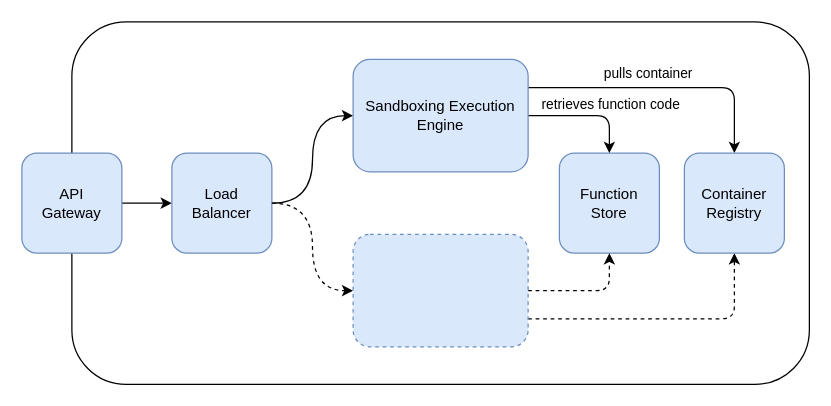
Earlier version of the draw.io diagram figures/drawio/ServerlessArchitecture.drawio (PhilippGackstatter/diploma-thesis). Source tidied: cells renumbered, new cells numbered last; positions are measured from the earlier drawing's top-left corner, leaving out a move shared by most shapes. Both pictures are drawn from the tidied source at 125%, with x=0, y=0 at pixel (21, 21).
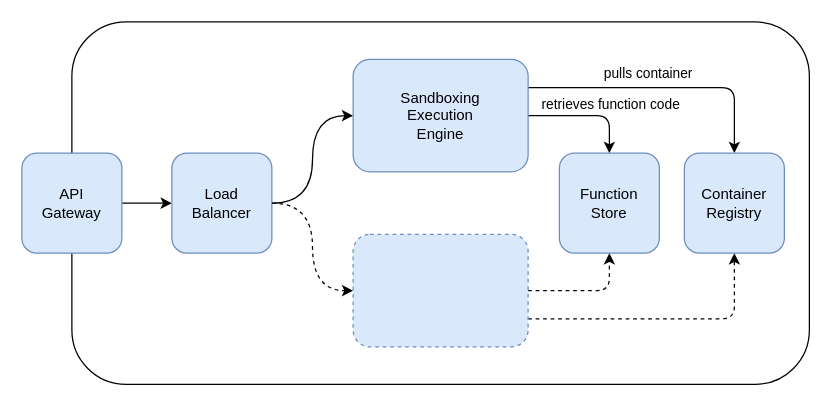
Above is the later version.

Commit message (it also covers changes not shown here):
background: Final editing pass

Change to the diagram source:
```diff
@@
 <mxGraphModel>
   <root>
     <mxCell id="0" />
     <mxCell id="1" parent="0" />
     <mxCell id="2" style="rounded=1;whiteSpace=wrap;html=1;fontFamily=Linux Biolinum O;" parent="1" vertex="1">
       <mxGeometry x="40" width="590" height="290" as="geometry" />
     </mxCell>
     <mxCell id="3" style="edgeStyle=orthogonalEdgeStyle;rounded=0;jettySize=auto;html=1;entryX=0;entryY=0.5;entryDx=0;entryDy=0;fontFamily=Linux Biolinum O;" parent="1" edge="1" source="4" target="6">
       <mxGeometry relative="1" as="geometry" />
     </mxCell>
     <mxCell id="4" value="&lt;div&gt;API&lt;/div&gt;&lt;div&gt;Gateway&lt;br&gt;&lt;/div&gt;" style="whiteSpace=wrap;html=1;fontFamily=Linux Biolinum O;rounded=1;glass=0;fillColor=#dae8fc;strokeColor=#6c8ebf;" parent="1" vertex="1">
       <mxGeometry y="105" width="80" height="80" as="geometry" />
     </mxCell>
     <mxCell id="5" style="edgeStyle=orthogonalEdgeStyle;jettySize=auto;html=1;exitX=1;exitY=0.5;exitDx=0;exitDy=0;entryX=0;entryY=0.5;entryDx=0;entryDy=0;curved=1;" parent="1" edge="1" source="6" target="11">
       <mxGeometry relative="1" as="geometry" />
     </mxCell>
     <mxCell id="6" value="&lt;div&gt;Load&lt;/div&gt;&lt;div&gt;Balancer&lt;/div&gt;" style="whiteSpace=wrap;html=1;fontFamily=Linux Biolinum O;rounded=1;glass=0;fillColor=#dae8fc;strokeColor=#6c8ebf;" parent="1" vertex="1">
       <mxGeometry x="120" y="105" width="80" height="80" as="geometry" />
     </mxCell>
     <mxCell id="7" value="Function&lt;br&gt;Store" style="whiteSpace=wrap;html=1;fontFamily=Linux Biolinum O;rounded=1;glass=0;sketch=0;shadow=0;fillColor=#dae8fc;strokeColor=#6c8ebf;" parent="1" vertex="1">
       <mxGeometry x="430" y="105" width="80" height="80" as="geometry" />
     </mxCell>
     <mxCell id="8" style="edgeStyle=orthogonalEdgeStyle;jettySize=auto;html=1;exitX=1;exitY=0.5;exitDx=0;exitDy=0;entryX=0.5;entryY=0;entryDx=0;entryDy=0;rounded=1;" parent="1" edge="1" source="11" target="7">
       <mxGeometry relative="1" as="geometry" />
     </mxCell>
     <mxCell id="9" value="retrieves function code" style="edgeLabel;html=1;align=center;verticalAlign=middle;fontFamily=Linux Biolinum O;labelBackgroundColor=none;" parent="8" vertex="1">
       <mxGeometry x="0.03" y="-1" relative="1" as="geometry">
         <mxPoint x="16" y="-11" as="offset" />
       </mxGeometry>
     </mxCell>
     <mxCell id="10" style="edgeStyle=orthogonalEdgeStyle;rounded=1;jettySize=auto;html=1;exitX=1;exitY=0.25;exitDx=0;exitDy=0;entryX=0.5;entryY=0;entryDx=0;entryDy=0;" parent="1" edge="1" source="11" target="16">
       <mxGeometry relative="1" as="geometry" />
     </mxCell>
-    <mxCell id="11" value="&lt;span style=&quot;font-family: &amp;#34;linux biolinum o&amp;#34;&quot;&gt;Sandboxing Execution Engine&lt;br&gt;&lt;/span&gt;" style="rounded=1;whiteSpace=wrap;html=1;fillColor=#dae8fc;strokeColor=#6c8ebf;" parent="1" vertex="1">
+    <mxCell id="11" value="&lt;span style=&quot;font-family: &amp;#34;linux biolinum o&amp;#34;&quot;&gt;Sandboxing&lt;br&gt;Execution&lt;br&gt;Engine&lt;br&gt;&lt;/span&gt;" style="rounded=1;whiteSpace=wrap;html=1;fillColor=#dae8fc;strokeColor=#6c8ebf;" parent="1" vertex="1">
       <mxGeometry x="265" y="30" width="140" height="90" as="geometry" />
     </mxCell>
     <mxCell id="12" style="edgeStyle=orthogonalEdgeStyle;rounded=1;jettySize=auto;html=1;entryX=0.5;entryY=1;entryDx=0;entryDy=0;dashed=1;exitX=1;exitY=0.5;exitDx=0;exitDy=0;" parent="1" edge="1" source="15" target="7">
       <mxGeometry relative="1" as="geometry" />
     </mxCell>
     <mxCell id="13" style="edgeStyle=orthogonalEdgeStyle;jettySize=auto;html=1;entryX=0;entryY=0.5;entryDx=0;entryDy=0;dashed=1;curved=1;" parent="1" edge="1" source="6" target="15">
       <mxGeometry relative="1" as="geometry" />
     </mxCell>
     <mxCell id="14" style="edgeStyle=orthogonalEdgeStyle;rounded=1;jettySize=auto;html=1;exitX=1;exitY=0.75;exitDx=0;exitDy=0;entryX=0.5;entryY=1;entryDx=0;entryDy=0;dashed=1;" parent="1" edge="1" source="15" target="16">
       <mxGeometry relative="1" as="geometry" />
     </mxCell>
     <mxCell id="15" style="rounded=1;whiteSpace=wrap;html=1;fillColor=#dae8fc;strokeColor=#6c8ebf;dashed=1;" parent="1" vertex="1">
       <mxGeometry x="265" y="170" width="140" height="90" as="geometry" />
     </mxCell>
     <mxCell id="16" value="Container Registry" style="whiteSpace=wrap;html=1;fontFamily=Linux Biolinum O;rounded=1;glass=0;sketch=0;shadow=0;fillColor=#dae8fc;strokeColor=#6c8ebf;" parent="1" vertex="1">
       <mxGeometry x="530" y="105" width="80" height="80" as="geometry" />
     </mxCell>
     <mxCell id="17" value="pulls container" style="edgeLabel;html=1;align=center;verticalAlign=middle;fontFamily=Linux Biolinum O;labelBackgroundColor=none;" parent="1" vertex="1">
       <mxGeometry x="500" y="40" as="geometry" />
     </mxCell>
   </root>
 </mxGraphModel>
```
